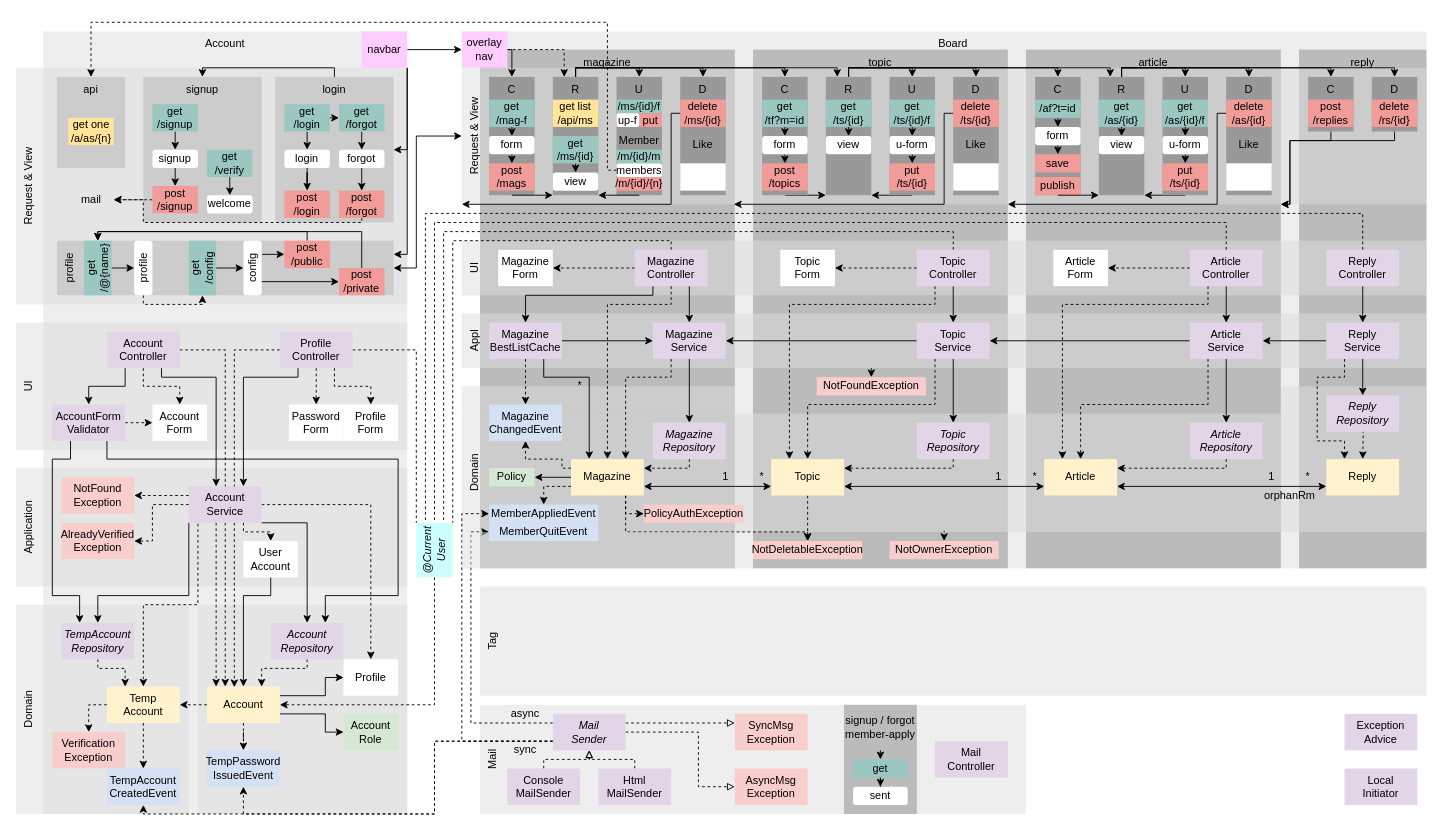
Before: diagram.drawio in suloginscene/dinner, a draw.io diagram. Source tidied: cells renumbered, new cells numbered last; positions are measured from the earlier drawing's top-left corner, leaving out a move shared by most shapes. Both pictures are drawn from the tidied source at 91%, with x=0, y=0 at pixel (15, 22).
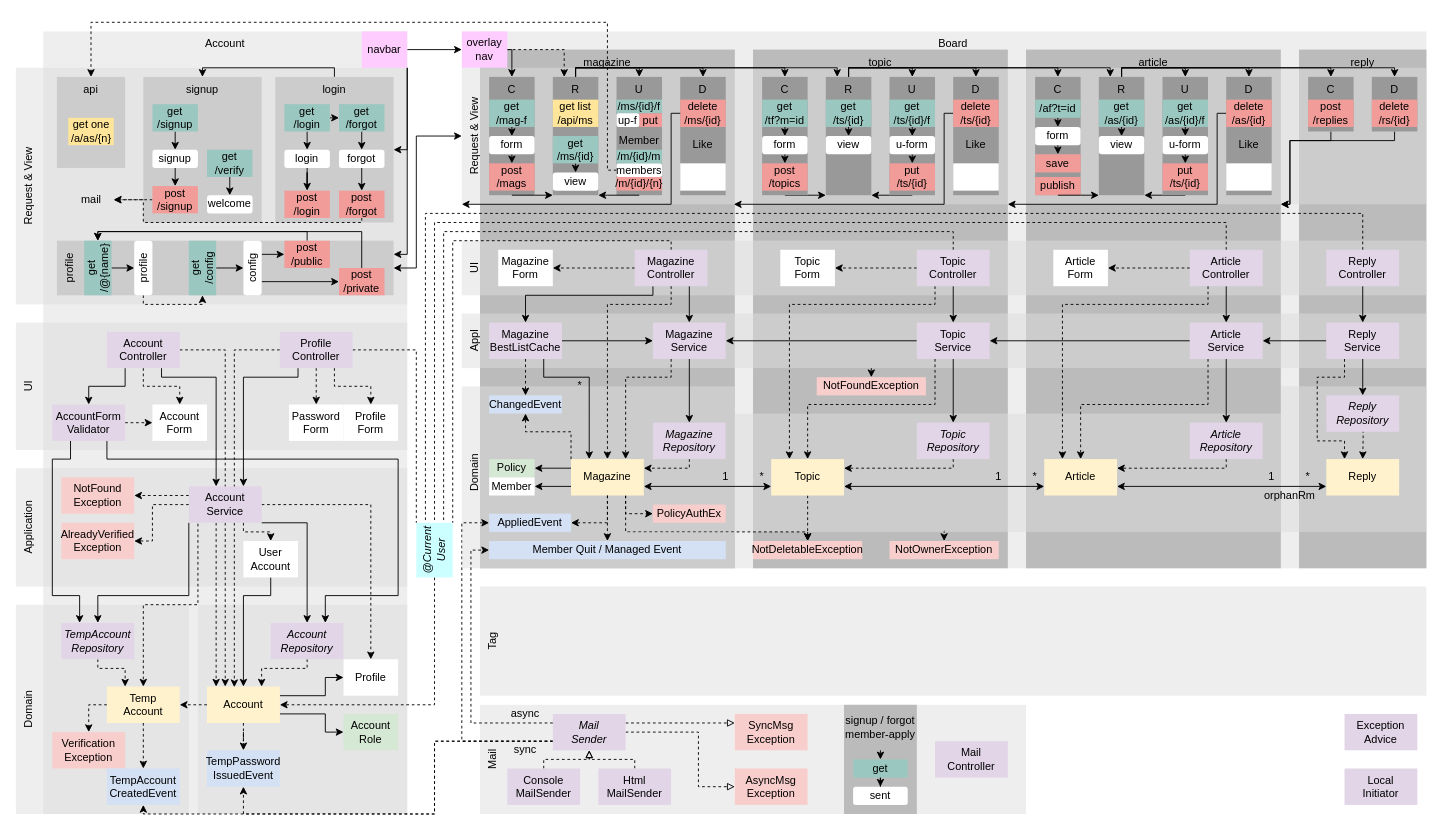
The same page after the edit.

Unchanged cells that the change refers to:
```xml
<mxCell id="120" value="Magazine" style="rounded=0;whiteSpace=wrap;html=1;strokeColor=none;fillColor=#FFF2CC;" parent="1" vertex="1">
  <mxGeometry x="610" y="480" width="80" height="40" as="geometry" />
</mxCell>
<mxCell id="287" value="&lt;span&gt;Mail&lt;br&gt;&lt;/span&gt;Sender" style="rounded=0;whiteSpace=wrap;html=1;strokeColor=none;fillColor=#E1D5E7;fontStyle=2;" parent="1" vertex="1">
  <mxGeometry x="590" y="760" width="80" height="40" as="geometry" />
</mxCell>
```

Change to the diagram source:
```diff
@@
-    <mxCell id="115" style="edgeStyle=orthogonalEdgeStyle;rounded=0;jettySize=auto;html=1;exitX=0;exitY=0.5;exitDx=0;exitDy=0;entryX=1;entryY=0.5;entryDx=0;entryDy=0;startArrow=none;startFill=0;" parent="1" edge="1" source="120" target="121">
+    <mxCell id="115" style="edgeStyle=orthogonalEdgeStyle;rounded=0;jettySize=auto;html=1;exitX=0;exitY=0.25;exitDx=0;exitDy=0;entryX=1;entryY=0.5;entryDx=0;entryDy=0;startArrow=none;startFill=0;" parent="1" edge="1" source="120" target="121">
       <mxGeometry relative="1" as="geometry" />
     </mxCell>
@@
-    <mxCell id="117" style="edgeStyle=orthogonalEdgeStyle;rounded=0;jettySize=auto;html=1;exitX=0;exitY=0.25;exitDx=0;exitDy=0;entryX=0.5;entryY=1;entryDx=0;entryDy=0;dashed=1;" parent="1" edge="1" source="120" target="308">
-      <mxGeometry relative="1" as="geometry">
-        <Array as="points">
-          <mxPoint x="600" y="490" />
-          <mxPoint x="600" y="480" />
-          <mxPoint x="560" y="480" />
-        </Array>
-      </mxGeometry>
-    </mxCell>
@@
-    <mxCell id="119" style="edgeStyle=orthogonalEdgeStyle;rounded=0;jettySize=auto;html=1;exitX=0;exitY=0.75;exitDx=0;exitDy=0;dashed=1;" parent="1" edge="1" source="120" target="315">
+    <mxCell id="119" style="edgeStyle=orthogonalEdgeStyle;rounded=0;jettySize=auto;html=1;exitX=0.5;exitY=1;exitDx=0;exitDy=0;dashed=1;entryX=1;entryY=0.5;entryDx=0;entryDy=0;" parent="1" edge="1" source="120" target="315">
       <mxGeometry relative="1" as="geometry">
         <Array as="points">
-          <mxPoint x="580" y="510" />
+          <mxPoint x="650" y="550" />
         </Array>
       </mxGeometry>
     </mxCell>
+    <mxCell id="320" style="edgeStyle=orthogonalEdgeStyle;rounded=0;jettySize=auto;html=1;exitX=0;exitY=0.75;exitDx=0;exitDy=0;entryX=1;entryY=0.5;entryDx=0;entryDy=0;" parent="1" edge="1" source="120" target="321">
+      <mxGeometry relative="1" as="geometry" />
+    </mxCell>
@@
     <mxCell id="121" value="Policy" style="rounded=0;whiteSpace=wrap;html=1;strokeColor=none;fillColor=#D5E8D4;" parent="1" vertex="1">
-      <mxGeometry x="520" y="490" width="50" height="20" as="geometry" />
+      <mxGeometry x="520" y="480" width="50" height="20" as="geometry" />
     </mxCell>
@@
-    <mxCell id="265" value="PolicyAuthException" style="rounded=0;whiteSpace=wrap;html=1;strokeColor=none;fillColor=#F8CECC;" parent="1" vertex="1">
-      <mxGeometry x="690" y="530" width="110" height="20" as="geometry" />
+    <mxCell id="265" value="PolicyAuthEx" style="rounded=0;whiteSpace=wrap;html=1;strokeColor=none;fillColor=#F8CECC;" parent="1" vertex="1">
+      <mxGeometry x="700" y="530" width="80" height="20" as="geometry" />
     </mxCell>
@@
     <mxCell id="285" style="edgeStyle=orthogonalEdgeStyle;rounded=0;jettySize=auto;html=1;exitX=0;exitY=0.75;exitDx=0;exitDy=0;entryX=0;entryY=0.5;entryDx=0;entryDy=0;dashed=1;" parent="1" edge="1" source="287" target="315">
       <mxGeometry relative="1" as="geometry">
         <Array as="points">
           <mxPoint x="490" y="790" />
-          <mxPoint x="490" y="540" />
+          <mxPoint x="490" y="550" />
         </Array>
       </mxGeometry>
     </mxCell>
-    <mxCell id="286" style="edgeStyle=orthogonalEdgeStyle;rounded=0;jettySize=auto;html=1;exitX=0;exitY=0.25;exitDx=0;exitDy=0;entryX=0;entryY=0.5;entryDx=0;entryDy=0;dashed=1;" parent="1" edge="1" source="287" target="317">
-      <mxGeometry relative="1" as="geometry" />
-    </mxCell>
@@
-    <mxCell id="308" value="Magazine&lt;br&gt;ChangedEvent" style="rounded=0;whiteSpace=wrap;html=1;strokeColor=none;fillColor=#D4E1F5;" parent="1" vertex="1">
-      <mxGeometry x="520" y="420" width="80" height="40" as="geometry" />
+    <mxCell id="308" value="ChangedEvent" style="rounded=0;whiteSpace=wrap;html=1;strokeColor=none;fillColor=#D4E1F5;" parent="1" vertex="1">
+      <mxGeometry x="520" y="410" width="80" height="20" as="geometry" />
     </mxCell>
@@
-    <mxCell id="315" value="MemberAppliedEvent" style="rounded=0;whiteSpace=wrap;html=1;strokeColor=none;fillColor=#D4E1F5;" parent="1" vertex="1">
-      <mxGeometry x="520" y="530" width="120" height="20" as="geometry" />
+    <mxCell id="315" value="AppliedEvent" style="rounded=0;whiteSpace=wrap;html=1;strokeColor=none;fillColor=#D4E1F5;" parent="1" vertex="1">
+      <mxGeometry x="520" y="540" width="90" height="20" as="geometry" />
     </mxCell>
@@
-    <mxCell id="317" value="MemberQuitEvent" style="rounded=0;whiteSpace=wrap;html=1;strokeColor=none;fillColor=#D4E1F5;" parent="1" vertex="1">
-      <mxGeometry x="520" y="550" width="120" height="20" as="geometry" />
+    <mxCell id="317" value="Member Quit / Managed Event" style="rounded=0;whiteSpace=wrap;html=1;strokeColor=none;fillColor=#D4E1F5;" parent="1" vertex="1">
+      <mxGeometry x="520" y="570" width="260" height="20" as="geometry" />
     </mxCell>
@@
+    <mxCell id="286" style="edgeStyle=orthogonalEdgeStyle;rounded=0;jettySize=auto;html=1;exitX=0;exitY=0.25;exitDx=0;exitDy=0;entryX=0;entryY=0.5;entryDx=0;entryDy=0;dashed=1;" parent="1" edge="1" source="287" target="317">
+      <mxGeometry relative="1" as="geometry">
+        <Array as="points">
+          <mxPoint x="500" y="770" />
+          <mxPoint x="500" y="580" />
+        </Array>
+      </mxGeometry>
+    </mxCell>
+    <mxCell id="321" value="Member" style="rounded=0;whiteSpace=wrap;html=1;strokeColor=none;fillColor=#FFFFFF;" parent="1" vertex="1">
+      <mxGeometry x="520" y="500" width="50" height="20" as="geometry" />
+    </mxCell>
+    <mxCell id="117" style="edgeStyle=orthogonalEdgeStyle;rounded=0;jettySize=auto;html=1;exitX=0;exitY=0;exitDx=0;exitDy=0;dashed=1;entryX=0.5;entryY=1;entryDx=0;entryDy=0;" parent="1" edge="1" source="120" target="308">
+      <mxGeometry relative="1" as="geometry">
+        <Array as="points">
+          <mxPoint x="610" y="450" />
+          <mxPoint x="560" y="450" />
+        </Array>
+      </mxGeometry>
+    </mxCell>
+    <mxCell id="322" style="edgeStyle=orthogonalEdgeStyle;rounded=0;jettySize=auto;html=1;exitX=0.5;exitY=1;exitDx=0;exitDy=0;entryX=0.5;entryY=0;entryDx=0;entryDy=0;dashed=1;" parent="1" edge="1" source="120" target="317">
+      <mxGeometry relative="1" as="geometry" />
+    </mxCell>
```
